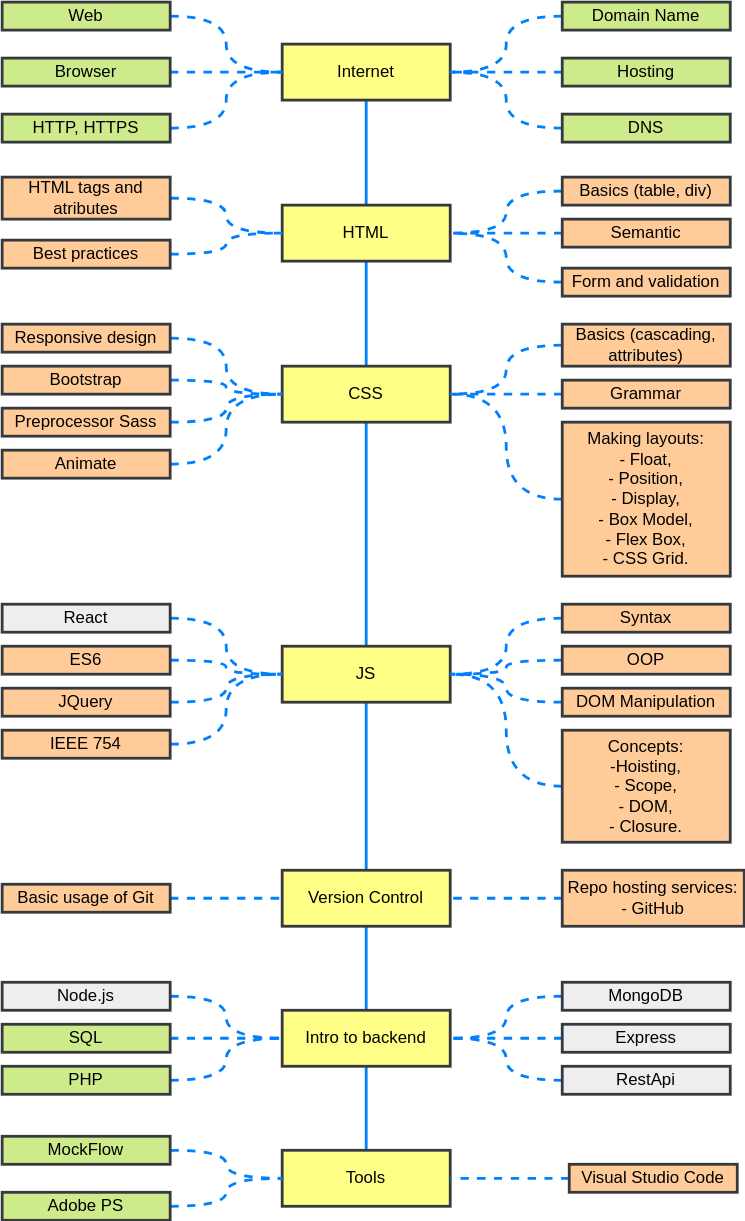
Before: frontend-roadmap/frontendDiagram.svg, a diagram exported from draw.io (dczerniawko/dczerniawko.github.io). Source tidied: cells renumbered, new cells last; positions are measured from the earlier drawing's top-left corner, leaving out a move shared by most shapes.
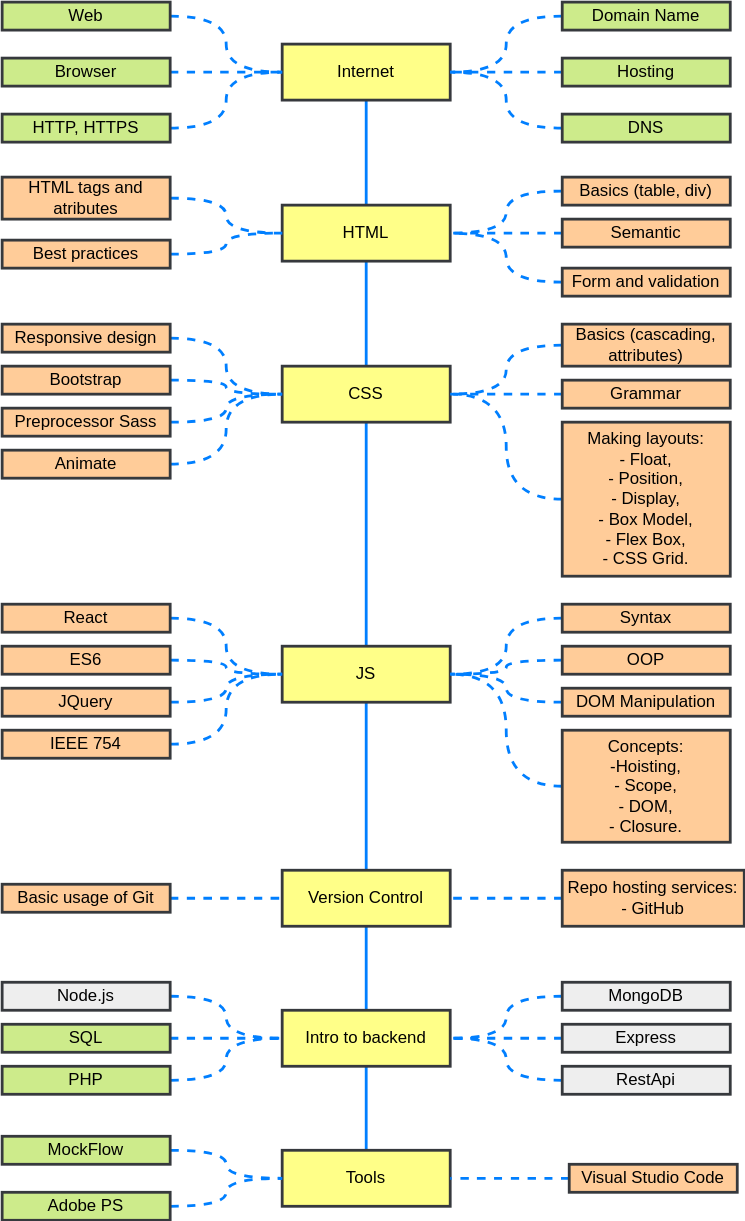
After the commit.

The edit, as a diff of the source:
```diff
@@ -170,7 +170,7 @@
     <mxCell id="57" style="edgeStyle=orthogonalEdgeStyle;curved=1;jettySize=auto;html=1;entryX=0;entryY=0.5;entryDx=0;entryDy=0;dashed=1;endArrow=none;endFill=0;strokeColor=#007FFF;strokeWidth=2;" parent="1" edge="1" source="58" target="9">
       <mxGeometry relative="1" as="geometry" />
     </mxCell>
-    <mxCell id="58" value="React" style="rounded=0;whiteSpace=wrap;html=1;strokeWidth=2;strokeColor=#36393d;fillColor=#eeeeee;" parent="1" vertex="1">
+    <mxCell id="58" value="React" style="rounded=0;whiteSpace=wrap;html=1;strokeWidth=2;strokeColor=#36393d;fillColor=#ffcc99;" parent="1" vertex="1">
       <mxGeometry y="430" width="120" height="20" as="geometry" />
     </mxCell>
     <mxCell id="59" style="edgeStyle=orthogonalEdgeStyle;curved=1;jettySize=auto;html=1;entryX=1;entryY=0.5;entryDx=0;entryDy=0;dashed=1;endArrow=none;endFill=0;strokeColor=#007FFF;strokeWidth=2;" parent="1" edge="1" source="60" target="9">
```
